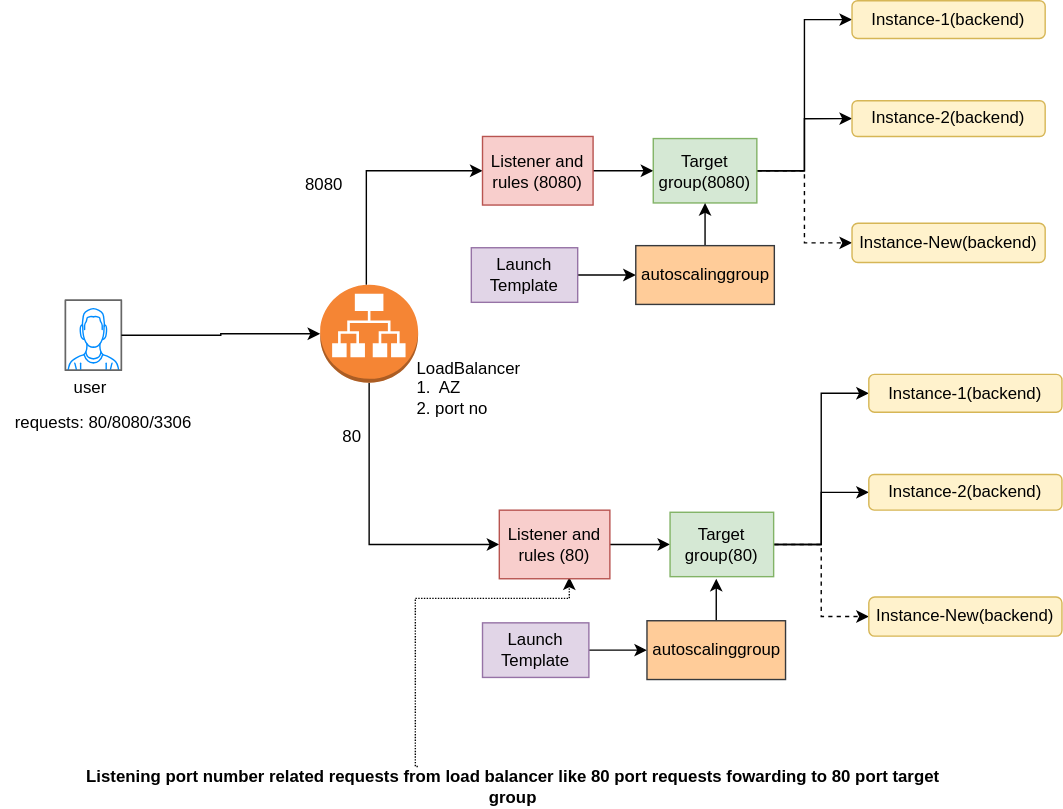
Above: LB-ListenerRules-TargetGroup-Instance/LB-ListenerRules-TargetGroup-Instance.drawio.svg in mlnawsdevops/archs (draw.io), before the change. Source tidied: cells renumbered, new cells last; positions are measured from the earlier drawing's top-left corner, leaving out a move shared by most shapes.
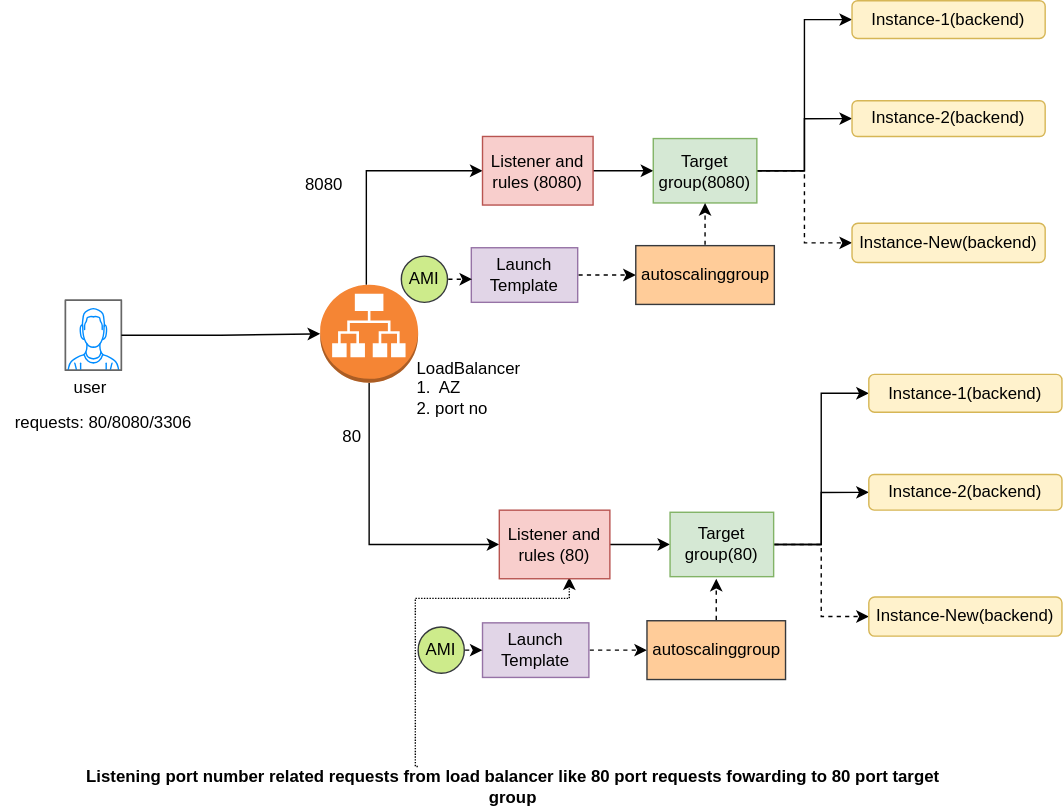
Later version of the same file.

Diff of the diagram source:
```diff
@@ -67,7 +67,7 @@
     <mxCell id="19" value="Instance-New(backend)" style="rounded=1;whiteSpace=wrap;html=1;fillColor=#fff2cc;strokeColor=#d6b656;" parent="1" vertex="1">
       <mxGeometry x="608" y="159" width="138" height="28" as="geometry" />
     </mxCell>
-    <mxCell id="20" style="edgeStyle=orthogonalEdgeStyle;rounded=0;jettySize=auto;html=1;exitX=1;exitY=0.5;exitDx=0;exitDy=0;" parent="1" edge="1" source="21" target="35">
+    <mxCell id="20" style="edgeStyle=orthogonalEdgeStyle;rounded=0;jettySize=auto;html=1;exitX=1;exitY=0.5;exitDx=0;exitDy=0;flowAnimation=1;dashed=1;" parent="1" edge="1" source="21" target="35">
       <mxGeometry relative="1" as="geometry" />
     </mxCell>
     <mxCell id="21" value="Launch Template" style="rounded=0;whiteSpace=wrap;html=1;fillColor=#e1d5e7;strokeColor=#9673a6;" parent="1" vertex="1">
@@ -109,19 +109,19 @@
     <mxCell id="33" value="Instance-1(backend)" style="rounded=1;whiteSpace=wrap;html=1;fillColor=#fff2cc;strokeColor=#d6b656;" parent="1" vertex="1">
       <mxGeometry x="620" y="267" width="138" height="27" as="geometry" />
     </mxCell>
-    <mxCell id="34" style="edgeStyle=orthogonalEdgeStyle;rounded=0;jettySize=auto;html=1;exitX=0.5;exitY=0;exitDx=0;exitDy=0;entryX=0.5;entryY=1;entryDx=0;entryDy=0;" parent="1" edge="1" source="35" target="17">
+    <mxCell id="34" style="edgeStyle=orthogonalEdgeStyle;rounded=0;jettySize=auto;html=1;exitX=0.5;exitY=0;exitDx=0;exitDy=0;entryX=0.5;entryY=1;entryDx=0;entryDy=0;flowAnimation=1;dashed=1;" parent="1" edge="1" source="35" target="17">
       <mxGeometry relative="1" as="geometry" />
     </mxCell>
     <mxCell id="35" value="autoscalinggroup" style="rounded=0;whiteSpace=wrap;html=1;fillColor=#ffcc99;strokeColor=#36393d;" parent="1" vertex="1">
       <mxGeometry x="453.5" y="175" width="99" height="42" as="geometry" />
     </mxCell>
-    <mxCell id="36" style="edgeStyle=orthogonalEdgeStyle;rounded=0;jettySize=auto;html=1;exitX=1;exitY=0.5;exitDx=0;exitDy=0;" parent="1" edge="1" source="37" target="39">
+    <mxCell id="36" style="edgeStyle=orthogonalEdgeStyle;rounded=0;jettySize=auto;html=1;exitX=1;exitY=0.5;exitDx=0;exitDy=0;flowAnimation=1;dashed=1;" parent="1" edge="1" source="37" target="39">
       <mxGeometry relative="1" as="geometry" />
     </mxCell>
     <mxCell id="37" value="Launch Template" style="rounded=0;whiteSpace=wrap;html=1;fillColor=#e1d5e7;strokeColor=#9673a6;" parent="1" vertex="1">
       <mxGeometry x="344" y="444.5" width="76" height="39" as="geometry" />
     </mxCell>
-    <mxCell id="38" style="edgeStyle=orthogonalEdgeStyle;rounded=0;jettySize=auto;html=1;exitX=0.5;exitY=0;exitDx=0;exitDy=0;entryX=0.5;entryY=1;entryDx=0;entryDy=0;" parent="1" edge="1" source="39">
+    <mxCell id="38" style="edgeStyle=orthogonalEdgeStyle;rounded=0;jettySize=auto;html=1;exitX=0.5;exitY=0;exitDx=0;exitDy=0;entryX=0.5;entryY=1;entryDx=0;entryDy=0;flowAnimation=1;dashed=1;" parent="1" edge="1" source="39">
       <mxGeometry relative="1" as="geometry">
         <mxPoint x="511" y="413" as="targetPoint" />
       </mxGeometry>
@@ -129,5 +129,17 @@
     <mxCell id="39" value="autoscalinggroup" style="rounded=0;whiteSpace=wrap;html=1;fillColor=#ffcc99;strokeColor=#36393d;" parent="1" vertex="1">
       <mxGeometry x="461.5" y="443" width="99" height="42" as="geometry" />
     </mxCell>
+    <mxCell id="40" value="AMI" style="ellipse;whiteSpace=wrap;html=1;fillColor=#cdeb8b;strokeColor=#36393d;" parent="1" vertex="1">
+      <mxGeometry x="286" y="182.5" width="33" height="33" as="geometry" />
+    </mxCell>
+    <mxCell id="41" style="edgeStyle=orthogonalEdgeStyle;rounded=0;jettySize=auto;html=1;exitX=1;exitY=0.5;exitDx=0;exitDy=0;entryX=0.007;entryY=0.576;entryDx=0;entryDy=0;entryPerimeter=0;flowAnimation=1;dashed=1;" parent="1" edge="1" source="40" target="21">
+      <mxGeometry relative="1" as="geometry" />
+    </mxCell>
+    <mxCell id="42" style="edgeStyle=orthogonalEdgeStyle;rounded=0;jettySize=auto;html=1;exitX=1;exitY=0.5;exitDx=0;exitDy=0;entryX=0;entryY=0.5;entryDx=0;entryDy=0;flowAnimation=1;dashed=1;" parent="1" edge="1" source="43" target="37">
+      <mxGeometry relative="1" as="geometry" />
+    </mxCell>
+    <mxCell id="43" value="AMI" style="ellipse;whiteSpace=wrap;html=1;fillColor=#cdeb8b;strokeColor=#36393d;" parent="1" vertex="1">
+      <mxGeometry x="298" y="447.5" width="33" height="33" as="geometry" />
+    </mxCell>
   </root>
 </mxGraphModel>
```
